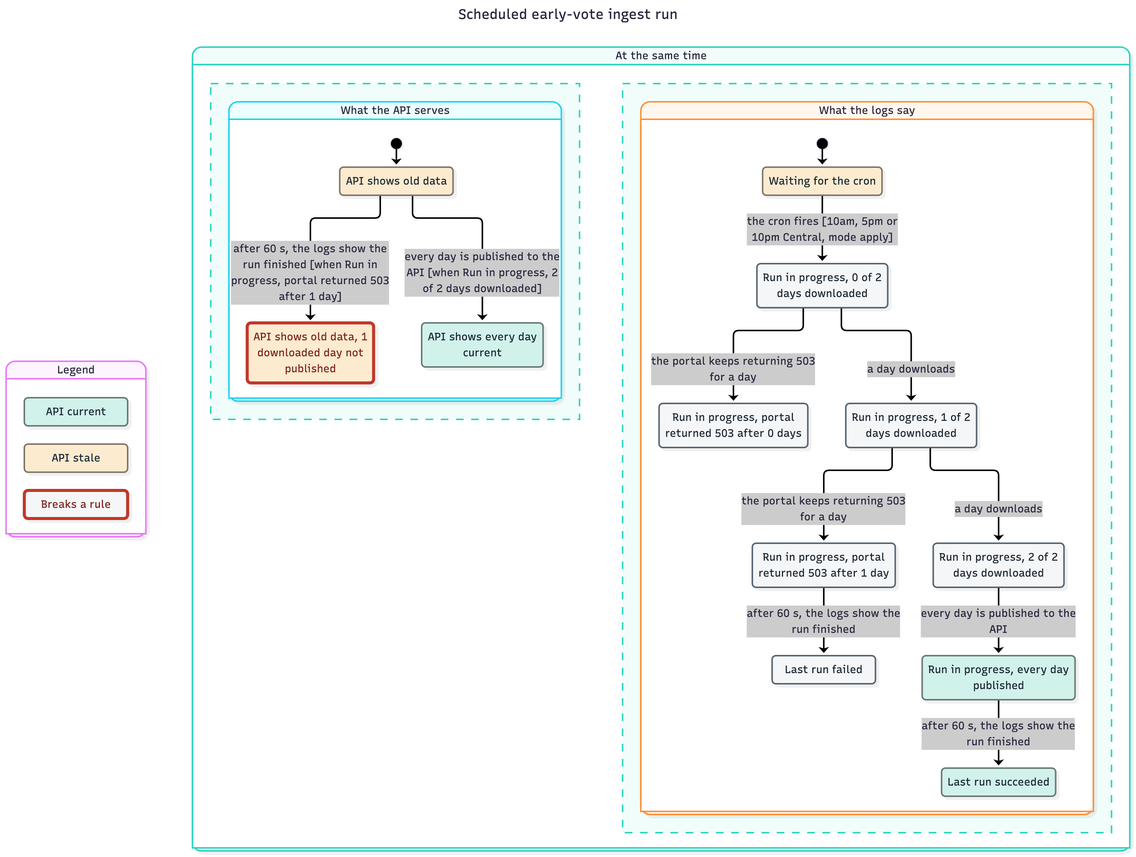
Above: docs/flows/ev-ingest-run/chart/chart.png in Abstract-Data/texas-turnout-scraper (Mermaid), before the change. Its source is kept beside it as docs/flows/ev-ingest-run/chart/chart.mmd. Its diagram source:
```mermaid
---
title: "Scheduled early-vote ingest run"
config:
  markdownAutoWrap: false
  state:
    useMaxWidth: false
---
stateDiagram-v2
  classDef plain fill:#f4f6f7,stroke:#566573,color:#1b2631
  classDef plainWrong fill:#f4f6f7,stroke:#c0392b,stroke-width:4px,color:#7b241c
  classDef group0 fill:#d1f2eb,stroke:#697976,color:#1b2631
  classDef group1 fill:#fdebd0,stroke:#7f7668,color:#1b2631
  classDef group1Wrong fill:#fdebd0,stroke:#c0392b,stroke-width:4px,color:#7b241c
  state "Legend" as legend {
    state "API current" as legendGroup0
    state "API stale" as legendGroup1
    state "Breaks a rule" as legendWrong
  }
  class legendGroup0 group0
  class legendGroup1 group1
  class legendWrong plainWrong
  state "At the same time" as regions {
    state "What the logs say" as region0 {
      [*] --> r0s8
      state "Last run failed" as r0s0
      state "Last run succeeded" as r0s1
      state "Run in progress, 0 of 2<br/>days downloaded" as r0s2
      state "Run in progress, 1 of 2<br/>days downloaded" as r0s3
      state "Run in progress, 2 of 2<br/>days downloaded" as r0s4
      state "Run in progress, every day<br/>published" as r0s5
      state "Run in progress, portal<br/>returned 503 after 0 days" as r0s6
      state "Run in progress, portal<br/>returned 503 after 1 day" as r0s7
      state "Waiting for the cron" as r0s8
      r0s2 --> r0s3 : a day downloads
      r0s2 --> r0s6 : the portal keeps returning 503<br/>for a day
      r0s3 --> r0s4 : a day downloads
      r0s3 --> r0s7 : the portal keeps returning 503<br/>for a day
      r0s4 --> r0s5 : every day is published to the<br/>API
      r0s5 --> r0s1 : after 60 s, the logs show the<br/>run finished
      r0s7 --> r0s0 : after 60 s, the logs show the<br/>run finished
      r0s8 --> r0s2 : the cron fires [10am, 5pm or<br/>10pm Central, mode apply]
    }
    --
    state "What the API serves" as region1 {
      [*] --> r1s1
      state "API shows every day<br/>current" as r1s0
      state "API shows old data" as r1s1
      state "API shows old data, 1<br/>downloaded day not<br/>published" as r1s2
      r1s1 --> r1s2 : after 60 s, the logs show the<br/>run finished [when Run in<br/>progress, portal returned 503<br/>after 1 day]
      r1s1 --> r1s0 : every day is published to the<br/>API [when Run in progress, 2<br/>of 2 days downloaded]
    }
  }
  class r0s0 plain
  class r0s1 group0
  class r0s2 plain
  class r0s3 plain
  class r0s4 plain
  class r0s5 group0
  class r0s6 plain
  class r0s7 plain
  class r0s8 group1
  class r1s0 group0
  class r1s1 group1
  class r1s2 group1Wrong
```
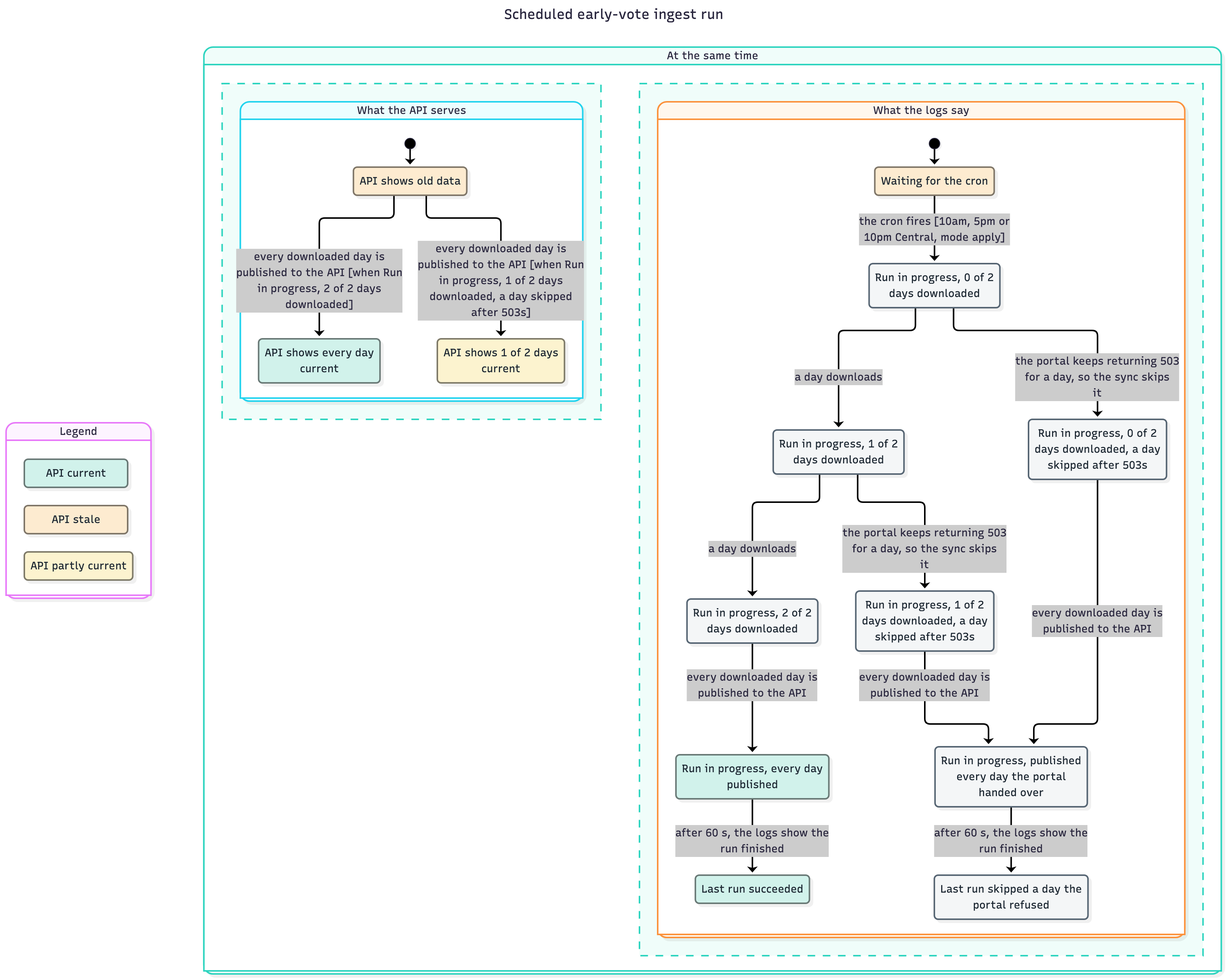
Above is the later version.

The edit, as a diff of the source:
```diff
@@ -7,47 +7,49 @@
 ---
 stateDiagram-v2
   classDef plain fill:#f4f6f7,stroke:#566573,color:#1b2631
-  classDef plainWrong fill:#f4f6f7,stroke:#c0392b,stroke-width:4px,color:#7b241c
   classDef group0 fill:#d1f2eb,stroke:#697976,color:#1b2631
   classDef group1 fill:#fdebd0,stroke:#7f7668,color:#1b2631
-  classDef group1Wrong fill:#fdebd0,stroke:#c0392b,stroke-width:4px,color:#7b241c
+  classDef group2 fill:#fcf3cf,stroke:#7e7a68,color:#1b2631
   state "Legend" as legend {
     state "API current" as legendGroup0
     state "API stale" as legendGroup1
-    state "Breaks a rule" as legendWrong
+    state "API partly current" as legendGroup2
   }
   class legendGroup0 group0
   class legendGroup1 group1
-  class legendWrong plainWrong
+  class legendGroup2 group2
   state "At the same time" as regions {
     state "What the logs say" as region0 {
-      [*] --> r0s8
-      state "Last run failed" as r0s0
+      [*] --> r0s9
+      state "Last run skipped a day the<br/>portal refused" as r0s0
       state "Last run succeeded" as r0s1
       state "Run in progress, 0 of 2<br/>days downloaded" as r0s2
-      state "Run in progress, 1 of 2<br/>days downloaded" as r0s3
-      state "Run in progress, 2 of 2<br/>days downloaded" as r0s4
-      state "Run in progress, every day<br/>published" as r0s5
-      state "Run in progress, portal<br/>returned 503 after 0 days" as r0s6
-      state "Run in progress, portal<br/>returned 503 after 1 day" as r0s7
-      state "Waiting for the cron" as r0s8
-      r0s2 --> r0s3 : a day downloads
-      r0s2 --> r0s6 : the portal keeps returning 503<br/>for a day
-      r0s3 --> r0s4 : a day downloads
-      r0s3 --> r0s7 : the portal keeps returning 503<br/>for a day
-      r0s4 --> r0s5 : every day is published to the<br/>API
-      r0s5 --> r0s1 : after 60 s, the logs show the<br/>run finished
-      r0s7 --> r0s0 : after 60 s, the logs show the<br/>run finished
-      r0s8 --> r0s2 : the cron fires [10am, 5pm or<br/>10pm Central, mode apply]
+      state "Run in progress, 0 of 2<br/>days downloaded, a day<br/>skipped after 503s" as r0s3
+      state "Run in progress, 1 of 2<br/>days downloaded" as r0s4
+      state "Run in progress, 1 of 2<br/>days downloaded, a day<br/>skipped after 503s" as r0s5
+      state "Run in progress, 2 of 2<br/>days downloaded" as r0s6
+      state "Run in progress, every day<br/>published" as r0s7
+      state "Run in progress, published<br/>every day the portal<br/>handed over" as r0s8
+      state "Waiting for the cron" as r0s9
+      r0s2 --> r0s4 : a day downloads
+      r0s2 --> r0s3 : the portal keeps returning 503<br/>for a day, so the sync skips<br/>it
+      r0s3 --> r0s8 : every downloaded day is<br/>published to the API
+      r0s4 --> r0s6 : a day downloads
+      r0s4 --> r0s5 : the portal keeps returning 503<br/>for a day, so the sync skips<br/>it
+      r0s5 --> r0s8 : every downloaded day is<br/>published to the API
+      r0s6 --> r0s7 : every downloaded day is<br/>published to the API
+      r0s7 --> r0s1 : after 60 s, the logs show the<br/>run finished
+      r0s8 --> r0s0 : after 60 s, the logs show the<br/>run finished
+      r0s9 --> r0s2 : the cron fires [10am, 5pm or<br/>10pm Central, mode apply]
     }
     --
     state "What the API serves" as region1 {
-      [*] --> r1s1
-      state "API shows every day<br/>current" as r1s0
-      state "API shows old data" as r1s1
-      state "API shows old data, 1<br/>downloaded day not<br/>published" as r1s2
-      r1s1 --> r1s2 : after 60 s, the logs show the<br/>run finished [when Run in<br/>progress, portal returned 503<br/>after 1 day]
-      r1s1 --> r1s0 : every day is published to the<br/>API [when Run in progress, 2<br/>of 2 days downloaded]
+      [*] --> r1s2
+      state "API shows 1 of 2 days<br/>current" as r1s0
+      state "API shows every day<br/>current" as r1s1
+      state "API shows old data" as r1s2
+      r1s2 --> r1s1 : every downloaded day is<br/>published to the API [when Run<br/>in progress, 2 of 2 days<br/>downloaded]
+      r1s2 --> r1s0 : every downloaded day is<br/>published to the API [when Run<br/>in progress, 1 of 2 days<br/>downloaded, a day skipped<br/>after 503s]
     }
   }
   class r0s0 plain
@@ -55,10 +57,11 @@
   class r0s2 plain
   class r0s3 plain
   class r0s4 plain
-  class r0s5 group0
+  class r0s5 plain
   class r0s6 plain
-  class r0s7 plain
-  class r0s8 group1
-  class r1s0 group0
-  class r1s1 group1
-  class r1s2 group1Wrong
+  class r0s7 group0
+  class r0s8 plain
+  class r0s9 group1
+  class r1s0 group2
+  class r1s1 group0
+  class r1s2 group1
```
